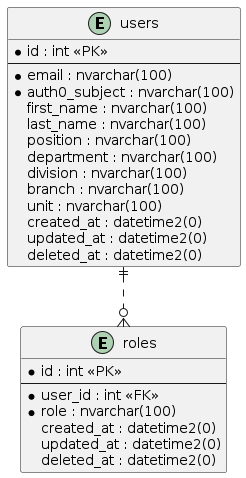
ytgov/internal-data-portal keeps this PlantUML diagram as _Design/Entity Relationship Diagrams.png. Above is the earlier version. The source it was exported from:
```plantuml
@startuml Entity Relationship Diagrams
entity "users" as users {
  * id : int <<PK>>
  --
  * email : nvarchar(100)
  * auth0_subject : nvarchar(100)
  first_name : nvarchar(100)
  last_name : nvarchar(100)
  position : nvarchar(100)
  department : nvarchar(100)
  division : nvarchar(100)
  branch : nvarchar(100)
  unit : nvarchar(100)
  created_at : datetime2(0)
  updated_at : datetime2(0)
  deleted_at : datetime2(0)
}

entity "roles" as roles {
  * id : int <<PK>>
  --
  * user_id : int <<FK>>
  * role : nvarchar(100)
  created_at : datetime2(0)
  updated_at : datetime2(0)
  deleted_at : datetime2(0)
}

users ||..o{ roles
@enduml
```
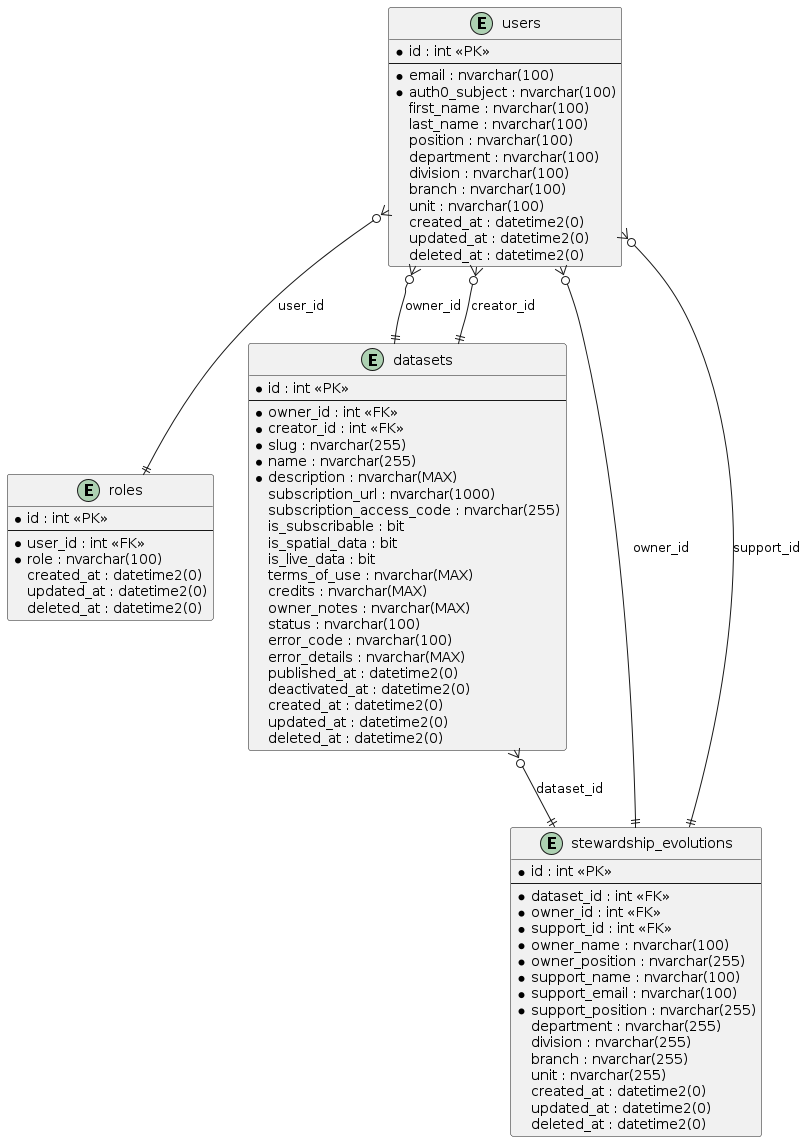
The same file after the commit.

Commit message:
:tophat: Update entity relationship diagrams.

What changed in the source:
```diff
@@ -1,5 +1,5 @@
 @startuml Entity Relationship Diagrams
-entity "users" as users {
+entity "users" {
   * id : int <<PK>>
   --
   * email : nvarchar(100)
@@ -16,7 +16,7 @@
   deleted_at : datetime2(0)
 }
 
-entity "roles" as roles {
+entity "roles" {
   * id : int <<PK>>
   --
   * user_id : int <<FK>>
@@ -26,5 +26,56 @@
   deleted_at : datetime2(0)
 }
 
-users ||..o{ roles
+entity "datasets" {
+  * id : int <<PK>>
+  --
+  * owner_id : int <<FK>>
+  * creator_id : int <<FK>>
+  * slug : nvarchar(255)
+  * name : nvarchar(255)
+  * description : nvarchar(MAX)
+  subscription_url : nvarchar(1000)
+  subscription_access_code : nvarchar(255)
+  is_subscribable : bit
+  is_spatial_data : bit
+  is_live_data : bit
+  terms_of_use : nvarchar(MAX)
+  credits : nvarchar(MAX)
+  owner_notes : nvarchar(MAX)
+  status : nvarchar(100)
+  error_code : nvarchar(100)
+  error_details : nvarchar(MAX)
+  published_at : datetime2(0)
+  deactivated_at : datetime2(0)
+  created_at : datetime2(0)
+  updated_at : datetime2(0)
+  deleted_at : datetime2(0)
+}
+
+entity "stewardship_evolutions" {
+  * id : int <<PK>>
+  --
+  * dataset_id : int <<FK>>
+  * owner_id : int <<FK>>
+  * support_id : int <<FK>>
+  * owner_name : nvarchar(100)
+  * owner_position : nvarchar(255)
+  * support_name : nvarchar(100)
+  * support_email : nvarchar(100)
+  * support_position : nvarchar(255)
+  department : nvarchar(255)
+  division : nvarchar(255)
+  branch : nvarchar(255)
+  unit : nvarchar(255)
+  created_at : datetime2(0)
+  updated_at : datetime2(0)
+  deleted_at : datetime2(0)
+}
+
+users }o--|| roles : user_id
+users }o--|| datasets : owner_id
+users }o--|| datasets : creator_id
+datasets }o--|| stewardship_evolutions : dataset_id
+users }o--|| stewardship_evolutions : owner_id
+users }o--|| stewardship_evolutions : support_id
 @enduml
```
